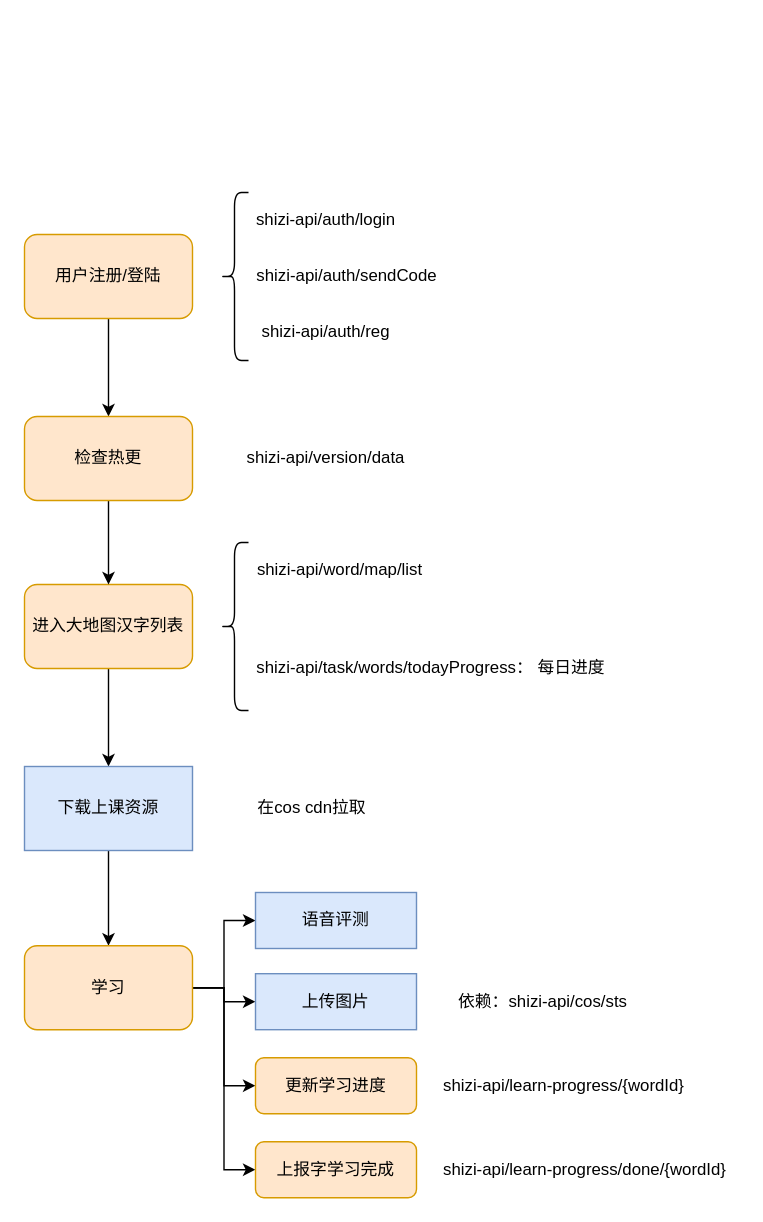
Earlier version of the draw.io diagram Z.drawio (wgyuuu/flow_chart). Source tidied: cells renumbered, new cells numbered last; positions are measured from the earlier drawing's top-left corner, leaving out a move shared by most shapes. Both pictures are drawn from the tidied source at 140%, with x=0, y=0 at pixel (24, 192).
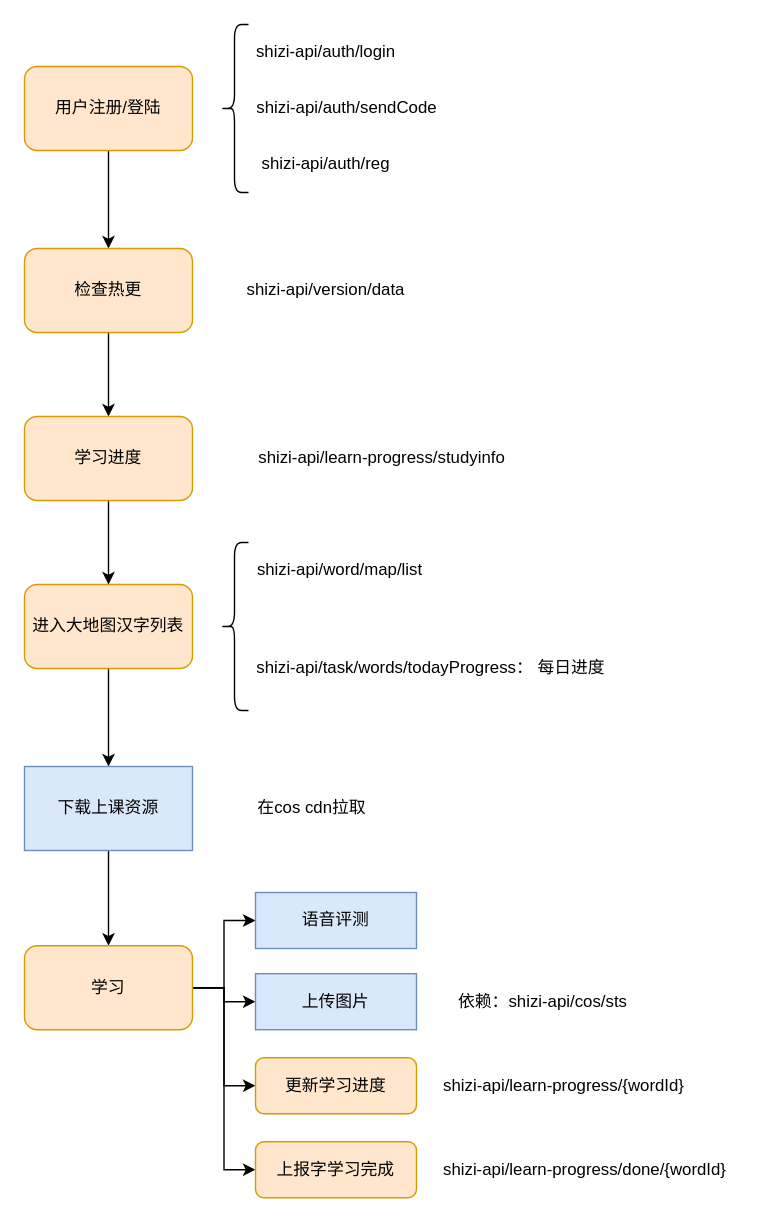
Above is the later version.

The change refers to these unchanged cells:
```xml
<mxCell id="9" value="进入大地图汉字列表" style="rounded=1;whiteSpace=wrap;html=1;fillColor=#ffe6cc;strokeColor=#d79b00;" parent="1" vertex="1">
  <mxGeometry y="280" width="120" height="60" as="geometry" />
</mxCell>
```

Diff of the diagram source:
```diff
@@
     <mxCell id="3" value="用户注册/登陆" style="rounded=1;whiteSpace=wrap;html=1;fillColor=#ffe6cc;strokeColor=#d79b00;" parent="1" vertex="1">
-      <mxGeometry y="30" width="120" height="60" as="geometry" />
+      <mxGeometry y="-90" width="120" height="60" as="geometry" />
     </mxCell>
     <mxCell id="4" style="shape=curlyBracket;whiteSpace=wrap;html=1;rounded=1;" parent="1" vertex="1">
-      <mxGeometry x="140" width="20" height="120" as="geometry" />
+      <mxGeometry x="140" y="-120" width="20" height="120" as="geometry" />
     </mxCell>
     <mxCell id="5" value="shizi-api/auth/login" style="text;html=1;align=center;verticalAlign=middle;strokeColor=none;" parent="1" vertex="1">
-      <mxGeometry x="160" y="10" width="110" height="20" as="geometry" />
+      <mxGeometry x="160" y="-110" width="110" height="20" as="geometry" />
     </mxCell>
     <mxCell id="6" value="shizi-api/auth/sendCode" style="text;html=1;align=center;verticalAlign=middle;strokeColor=none;" parent="1" vertex="1">
-      <mxGeometry x="160" y="50" width="140" height="20" as="geometry" />
+      <mxGeometry x="160" y="-70" width="140" height="20" as="geometry" />
     </mxCell>
     <mxCell id="7" value="shizi-api/auth/reg" style="text;html=1;align=center;verticalAlign=middle;strokeColor=none;" parent="1" vertex="1">
-      <mxGeometry x="160" y="90" width="110" height="20" as="geometry" />
+      <mxGeometry x="160" y="-30" width="110" height="20" as="geometry" />
     </mxCell>
@@
-    <mxCell id="27" style="edgeStyle=orthogonalEdgeStyle;rounded=0;jettySize=auto;html=1;entryX=0.5;entryY=0;entryDx=0;entryDy=0;" parent="1" edge="1" source="28" target="9">
-      <mxGeometry relative="1" as="geometry" />
+    <mxCell id="27" style="edgeStyle=orthogonalEdgeStyle;rounded=0;jettySize=auto;html=1;" parent="1" edge="1" source="28">
+      <mxGeometry relative="1" as="geometry">
+        <mxPoint x="60" y="160" as="targetPoint" />
+      </mxGeometry>
     </mxCell>
     <mxCell id="28" value="检查热更" style="rounded=1;whiteSpace=wrap;html=1;fillColor=#ffe6cc;strokeColor=#d79b00;" parent="1" vertex="1">
-      <mxGeometry y="160" width="120" height="60" as="geometry" />
+      <mxGeometry y="40" width="120" height="60" as="geometry" />
     </mxCell>
     <mxCell id="29" value="shizi-api/version/data" style="text;html=1;align=center;verticalAlign=middle;strokeColor=none;" parent="1" vertex="1">
-      <mxGeometry x="150" y="180" width="130" height="20" as="geometry" />
+      <mxGeometry x="150" y="60" width="130" height="20" as="geometry" />
     </mxCell>
@@
+    <mxCell id="31" style="edgeStyle=orthogonalEdgeStyle;rounded=0;jettySize=auto;html=1;entryX=0.5;entryY=0;entryDx=0;entryDy=0;" parent="1" edge="1" source="32" target="9">
+      <mxGeometry relative="1" as="geometry" />
+    </mxCell>
+    <mxCell id="32" value="学习进度" style="rounded=1;whiteSpace=wrap;html=1;fillColor=#ffe6cc;strokeColor=#d79b00;" parent="1" vertex="1">
+      <mxGeometry y="160" width="120" height="60" as="geometry" />
+    </mxCell>
+    <mxCell id="33" value="&lt;div&gt;shizi-api/learn-progress/studyinfo&lt;/div&gt;" style="text;html=1;align=center;verticalAlign=middle;strokeColor=none;" parent="1" vertex="1">
+      <mxGeometry x="160" y="180" width="190" height="20" as="geometry" />
+    </mxCell>
```
